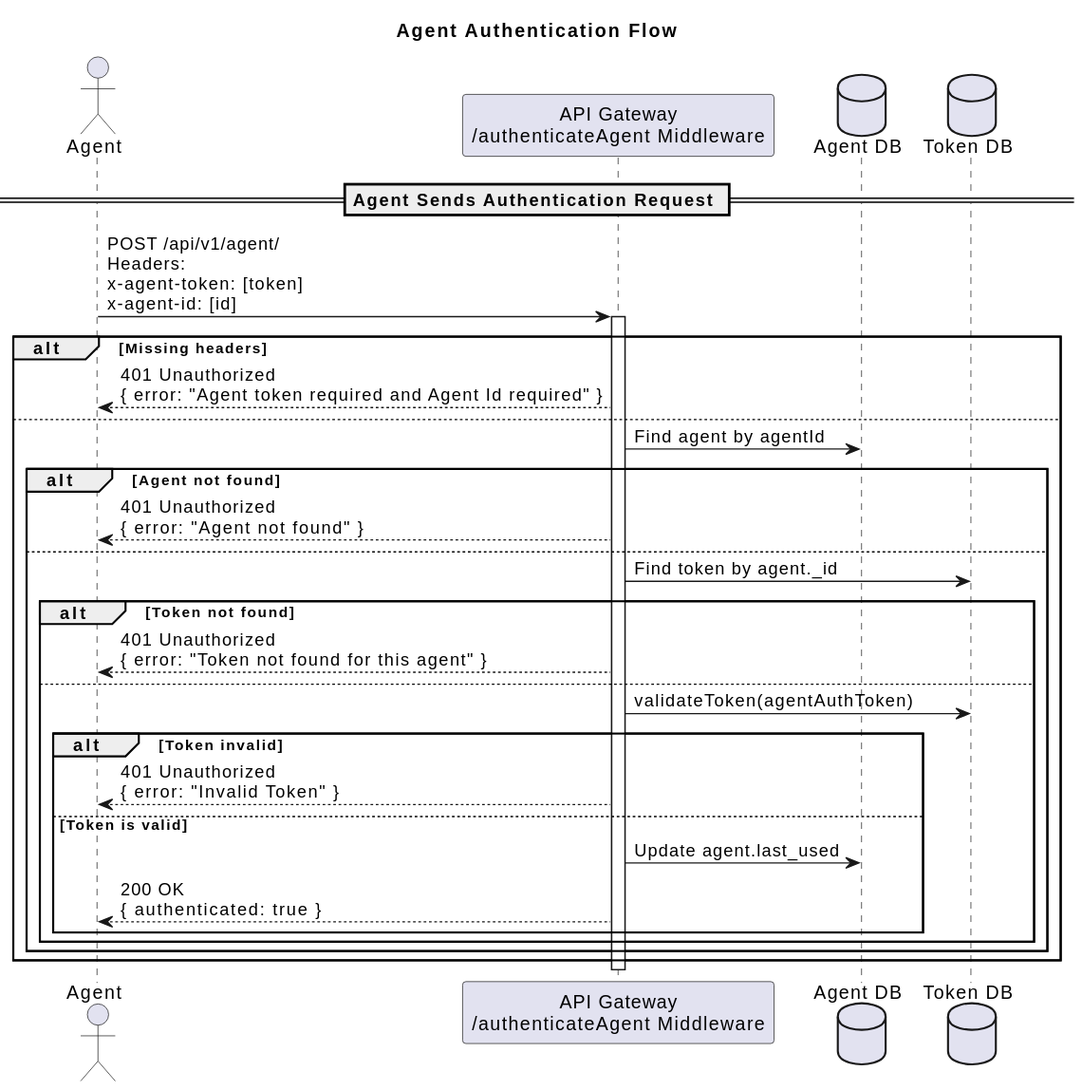
Above: docs/images/AgentAuthProcess.svg in Serenaxtech/ad-agent (PlantUML), before the change. The source it was exported from:
```plantuml
@startuml
title Agent Authentication Flow

actor Agent
participant "API Gateway\n/authenticateAgent Middleware" as Middleware
database "Agent DB" as AgentDB
database "Token DB" as TokenDB

== Agent Sends Authentication Request ==

Agent -> Middleware : POST /api/v1/agent/\nHeaders:\nx-agent-token: [token]\nx-agent-id: [id]

activate Middleware

alt Missing headers
    Middleware --> Agent : 401 Unauthorized\n{ error: "Agent token required and Agent Id required" }
else
    Middleware -> AgentDB : Find agent by agentId
    alt Agent not found
        Middleware --> Agent : 401 Unauthorized\n{ error: "Agent not found" }
    else
        Middleware -> TokenDB : Find token by agent._id
        alt Token not found
            Middleware --> Agent : 401 Unauthorized\n{ error: "Token not found for this agent" }
        else
            Middleware -> TokenDB : validateToken(agentAuthToken)
            alt Token invalid
                Middleware --> Agent : 401 Unauthorized\n{ error: "Invalid Token" }
            else Token is valid
                Middleware -> AgentDB : Update agent.last_used
                Middleware --> Agent : 200 OK\n{ authenticated: true }
            end
        end
    end
end

deactivate Middleware
@enduml
```
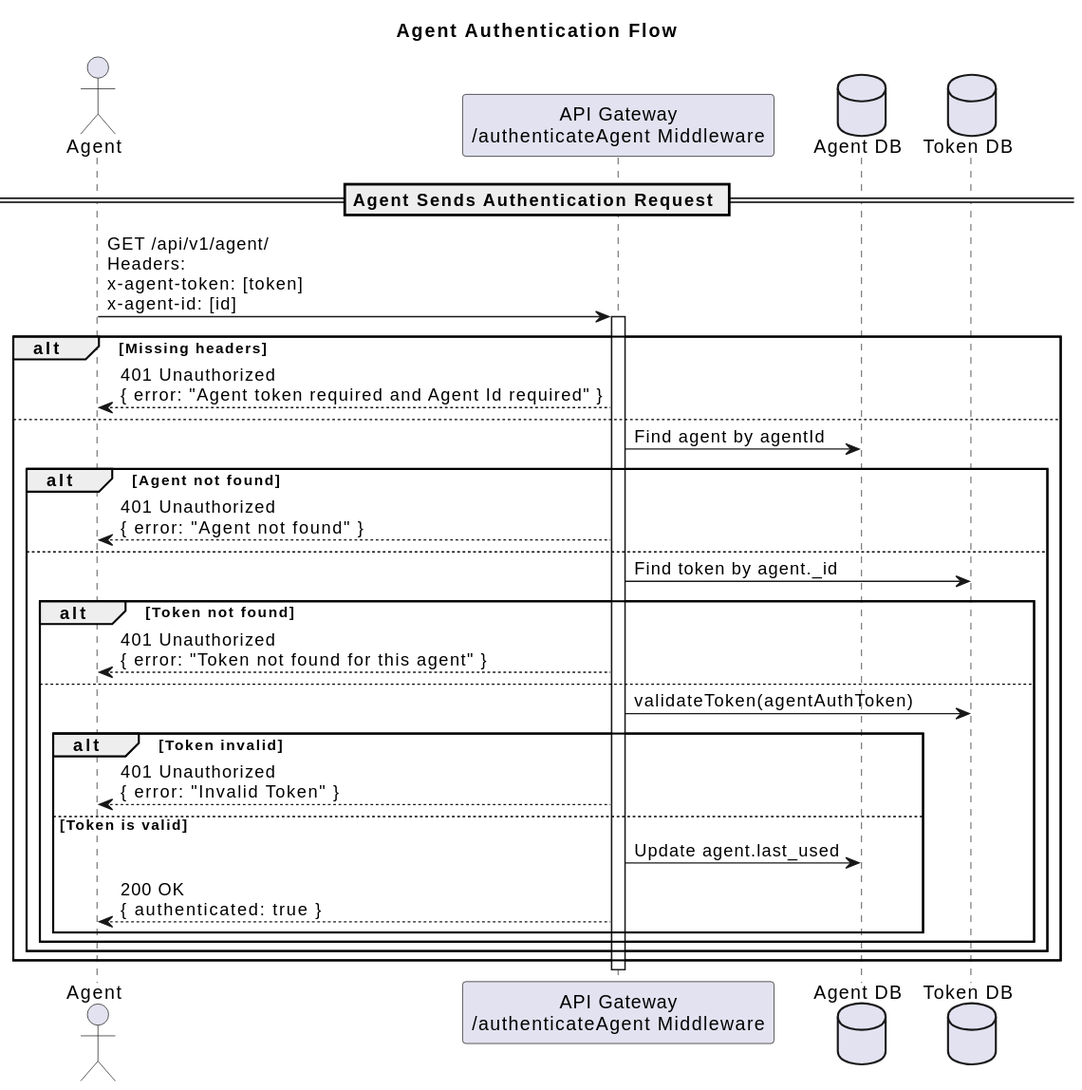
Later version of the same file.

Commit message:
Updated README to add the agent auth process doc

What changed in the source:
```diff
@@ -8,7 +8,7 @@
 
 == Agent Sends Authentication Request ==
 
-Agent -> Middleware : POST /api/v1/agent/\nHeaders:\nx-agent-token: [token]\nx-agent-id: [id]
+Agent -> Middleware : GET /api/v1/agent/\nHeaders:\nx-agent-token: [token]\nx-agent-id: [id]
 
 activate Middleware
 
```
